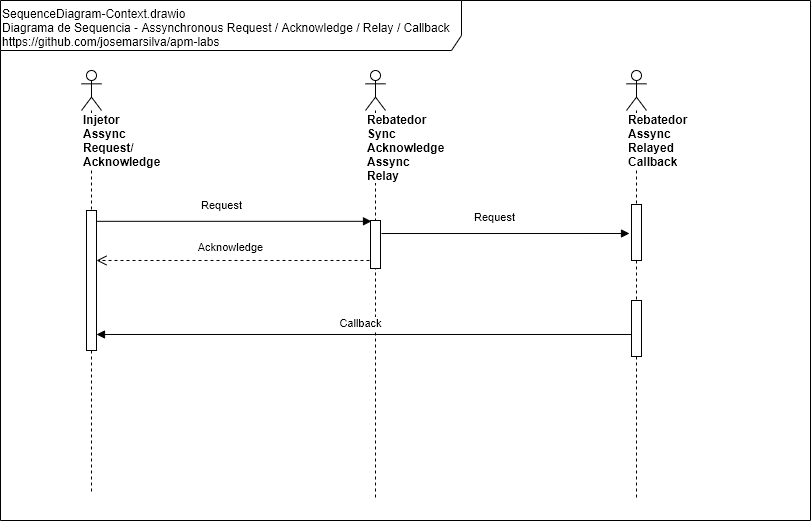
Earlier version of the draw.io export doc/SequenceDiagram-Context-SynchronousRequestAcknowledgeRelayCallback.png (josemarsilva/apm-labs). Source tidied: cells renumbered, new cells last; positions are measured from the earlier drawing's top-left corner, leaving out a move shared by most shapes. Source of this version:
```xml
<mxGraphModel background="#ffffff">
  <root>
    <mxCell id="0" />
    <mxCell id="1" parent="0" />
    <mxCell id="2" value="&lt;div&gt;&lt;/div&gt;SequenceDiagram-Context.drawio&lt;br&gt;Diagrama de Sequencia - Assynchronous Request / Acknowledge / Relay / Callback&lt;br&gt;https://github.com/josemarsilva/apm-labs" style="shape=umlFrame;whiteSpace=wrap;html=1;width=461;height=50;verticalAlign=top;align=left;" parent="1" vertex="1">
      <mxGeometry width="810" height="520" as="geometry" />
    </mxCell>
    <mxCell id="3" value="&lt;span&gt;Injetor&lt;br&gt;&lt;/span&gt;&lt;span&gt;Assync Request/&amp;nbsp;&lt;br&gt;&lt;/span&gt;Acknowledge&lt;span&gt;&lt;br&gt;&lt;/span&gt;" style="shape=umlLifeline;participant=umlActor;perimeter=lifelinePerimeter;whiteSpace=wrap;html=1;verticalAlign=top;spacingTop=36;labelBackgroundColor=#ffffff;align=left;fontStyle=1;" parent="1" vertex="1">
      <mxGeometry x="81" y="70" width="20" height="423" as="geometry" />
    </mxCell>
    <mxCell id="4" style="html=1;points=[];perimeter=orthogonalPerimeter;" parent="3" vertex="1">
      <mxGeometry x="5" y="140" width="10" height="140" as="geometry" />
    </mxCell>
    <mxCell id="5" value="Rebatedor Sync Acknowledge&lt;br&gt;Assync Relay" style="shape=umlLifeline;participant=umlActor;perimeter=lifelinePerimeter;whiteSpace=wrap;html=1;verticalAlign=top;spacingTop=36;labelBackgroundColor=#ffffff;align=left;fontStyle=1;" parent="1" vertex="1">
      <mxGeometry x="365" y="70" width="20" height="430" as="geometry" />
    </mxCell>
    <mxCell id="6" style="html=1;points=[];perimeter=orthogonalPerimeter;" parent="5" vertex="1">
      <mxGeometry x="5" y="150" width="10" height="48" as="geometry" />
    </mxCell>
    <mxCell id="7" value="Request" style="html=1;verticalAlign=bottom;endArrow=block;entryX=0.1;entryY=0.017;entryPerimeter=0;" parent="1" edge="1" source="4" target="6">
      <mxGeometry x="-0.09" y="7" relative="1" as="geometry" />
    </mxCell>
    <mxCell id="8" value="Acknowledge" style="html=1;verticalAlign=bottom;endArrow=open;dashed=1;endSize=8;exitX=-0.1;exitY=0.833;exitPerimeter=0;exitDx=0;exitDy=0;" parent="1" edge="1" source="6" target="4">
      <mxGeometry x="0.02" y="-4" relative="1" as="geometry" />
    </mxCell>
    <mxCell id="9" value="Callback" style="html=1;verticalAlign=bottom;endArrow=block;exitX=0.1;exitY=0.607;exitDx=0;exitDy=0;exitPerimeter=0;" parent="1" edge="1" source="12" target="4">
      <mxGeometry x="0.01" y="-2" relative="1" as="geometry" />
    </mxCell>
    <mxCell id="10" value="Rebatedor Assync Relayed Callback" style="shape=umlLifeline;participant=umlActor;perimeter=lifelinePerimeter;whiteSpace=wrap;html=1;verticalAlign=top;spacingTop=36;labelBackgroundColor=#ffffff;align=left;fontStyle=1;" parent="1" vertex="1">
      <mxGeometry x="626" y="70" width="20" height="430" as="geometry" />
    </mxCell>
    <mxCell id="11" style="html=1;perimeter=orthogonalPerimeter;" parent="10" vertex="1">
      <mxGeometry x="5" y="134" width="10" height="56" as="geometry" />
    </mxCell>
    <mxCell id="12" style="html=1;points=[];perimeter=orthogonalPerimeter;" parent="10" vertex="1">
      <mxGeometry x="5" y="230" width="10" height="56" as="geometry" />
    </mxCell>
    <mxCell id="13" value="Request" style="html=1;verticalAlign=bottom;endArrow=block;exitX=1.1;exitY=0.271;exitDx=0;exitDy=0;exitPerimeter=0;" parent="1" edge="1" source="6">
      <mxGeometry x="-0.09" y="7" relative="1" as="geometry">
        <mxPoint x="629" y="233" as="targetPoint" />
      </mxGeometry>
    </mxCell>
  </root>
</mxGraphModel>
```
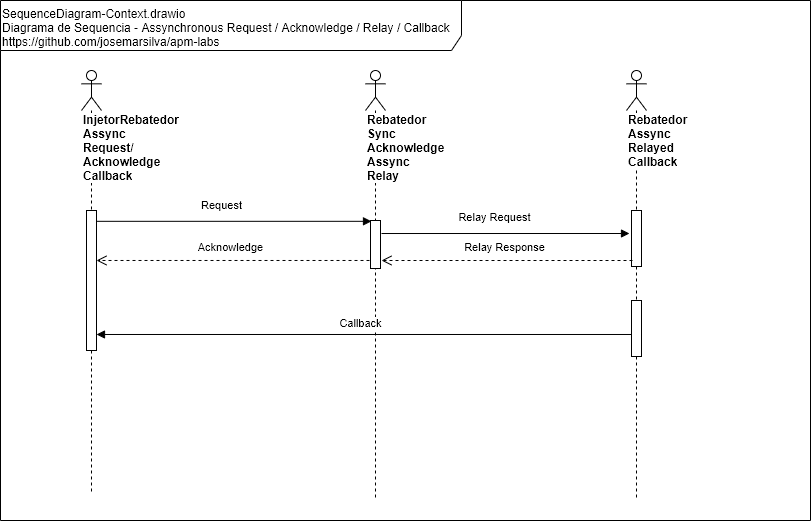
The same diagram one commit later.

Diff of the diagram source:
```diff
@@ -5,7 +5,7 @@
     <mxCell id="2" value="&lt;div&gt;&lt;/div&gt;SequenceDiagram-Context.drawio&lt;br&gt;Diagrama de Sequencia - Assynchronous Request / Acknowledge / Relay / Callback&lt;br&gt;https://github.com/josemarsilva/apm-labs" style="shape=umlFrame;whiteSpace=wrap;html=1;width=461;height=50;verticalAlign=top;align=left;" parent="1" vertex="1">
       <mxGeometry width="810" height="520" as="geometry" />
     </mxCell>
-    <mxCell id="3" value="&lt;span&gt;Injetor&lt;br&gt;&lt;/span&gt;&lt;span&gt;Assync Request/&amp;nbsp;&lt;br&gt;&lt;/span&gt;Acknowledge&lt;span&gt;&lt;br&gt;&lt;/span&gt;" style="shape=umlLifeline;participant=umlActor;perimeter=lifelinePerimeter;whiteSpace=wrap;html=1;verticalAlign=top;spacingTop=36;labelBackgroundColor=#ffffff;align=left;fontStyle=1;" parent="1" vertex="1">
+    <mxCell id="3" value="&lt;span&gt;InjetorRebatedor&lt;br&gt;&lt;/span&gt;&lt;span&gt;Assync Request/&amp;nbsp;&lt;br&gt;&lt;/span&gt;Acknowledge&lt;br&gt;&lt;span&gt;Callback&lt;br&gt;&lt;/span&gt;" style="shape=umlLifeline;participant=umlActor;perimeter=lifelinePerimeter;whiteSpace=wrap;html=1;verticalAlign=top;spacingTop=36;labelBackgroundColor=#ffffff;align=left;fontStyle=1;" parent="1" vertex="1">
       <mxGeometry x="81" y="70" width="20" height="423" as="geometry" />
     </mxCell>
     <mxCell id="4" style="html=1;points=[];perimeter=orthogonalPerimeter;" parent="3" vertex="1">
@@ -30,15 +30,21 @@
       <mxGeometry x="626" y="70" width="20" height="430" as="geometry" />
     </mxCell>
     <mxCell id="11" style="html=1;perimeter=orthogonalPerimeter;" parent="10" vertex="1">
-      <mxGeometry x="5" y="134" width="10" height="56" as="geometry" />
+      <mxGeometry x="5" y="140" width="10" height="56" as="geometry" />
     </mxCell>
     <mxCell id="12" style="html=1;points=[];perimeter=orthogonalPerimeter;" parent="10" vertex="1">
       <mxGeometry x="5" y="230" width="10" height="56" as="geometry" />
     </mxCell>
-    <mxCell id="13" value="Request" style="html=1;verticalAlign=bottom;endArrow=block;exitX=1.1;exitY=0.271;exitDx=0;exitDy=0;exitPerimeter=0;" parent="1" edge="1" source="6">
+    <mxCell id="13" value="Relay Request" style="html=1;verticalAlign=bottom;endArrow=block;exitX=1.1;exitY=0.271;exitDx=0;exitDy=0;exitPerimeter=0;" parent="1" edge="1" source="6">
       <mxGeometry x="-0.09" y="7" relative="1" as="geometry">
         <mxPoint x="629" y="233" as="targetPoint" />
       </mxGeometry>
     </mxCell>
+    <mxCell id="14" value="Relay Response" style="html=1;verticalAlign=bottom;endArrow=open;dashed=1;endSize=8;" parent="1" edge="1">
+      <mxGeometry x="0.02" y="-4" relative="1" as="geometry">
+        <mxPoint x="632" y="260" as="sourcePoint" />
+        <mxPoint x="381" y="260" as="targetPoint" />
+      </mxGeometry>
+    </mxCell>
   </root>
 </mxGraphModel>
```
